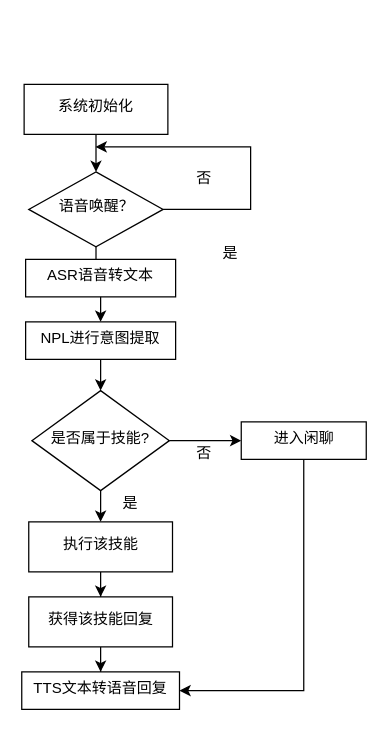
This is 我的毕设流程图.drawio from specychicken/drawIO2, a draw.io file, before an edit. Source tidied: cells renumbered, new cells numbered last; positions are measured from the earlier drawing's top-left corner, leaving out a move shared by most shapes. Both pictures are drawn from the tidied source at 125%, with x=0, y=0 at pixel (21, 84).
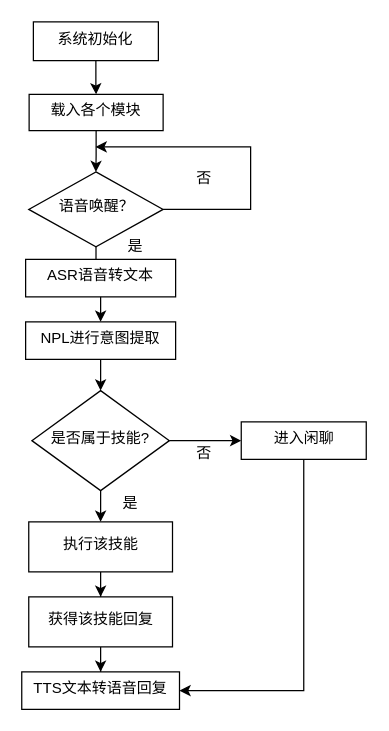
The same diagram, later.

Commit message:
更新我的毕设流程图.drawio

The edit, as a diff of the source:
```diff
@@
     <mxCell id="7" value="是" style="text;html=1;strokeColor=none;fillColor=none;align=center;verticalAlign=middle;whiteSpace=wrap;rounded=0;" parent="1" vertex="1">
-      <mxGeometry x="137" y="120" width="60" height="30" as="geometry" />
+      <mxGeometry x="60.5" y="115" width="60" height="30" as="geometry" />
     </mxCell>
@@
-    <mxCell id="23" value="系统初始化" style="whiteSpace=wrap;html=1;shadow=0;strokeWidth=1;spacing=6;spacingTop=-4;" parent="1" vertex="1">
-      <mxGeometry x="1.8" width="115" height="40" as="geometry" />
+    <mxCell id="23" value="载入各个模块" style="whiteSpace=wrap;html=1;shadow=0;strokeWidth=1;spacing=6;spacingTop=-4;" parent="1" vertex="1">
+      <mxGeometry x="5.8" y="8" width="107.2" height="29" as="geometry" />
     </mxCell>
+    <mxCell id="24" style="edgeStyle=orthogonalEdgeStyle;rounded=0;jettySize=auto;html=1;startArrow=none;startFill=0;" parent="1" edge="1" source="25" target="23">
+      <mxGeometry relative="1" as="geometry" />
+    </mxCell>
+    <mxCell id="25" value="系统初始化" style="whiteSpace=wrap;html=1;shadow=0;strokeWidth=1;spacing=6;spacingTop=-4;" parent="1" vertex="1">
+      <mxGeometry x="9.2" y="-50" width="100" height="31" as="geometry" />
+    </mxCell>
```
